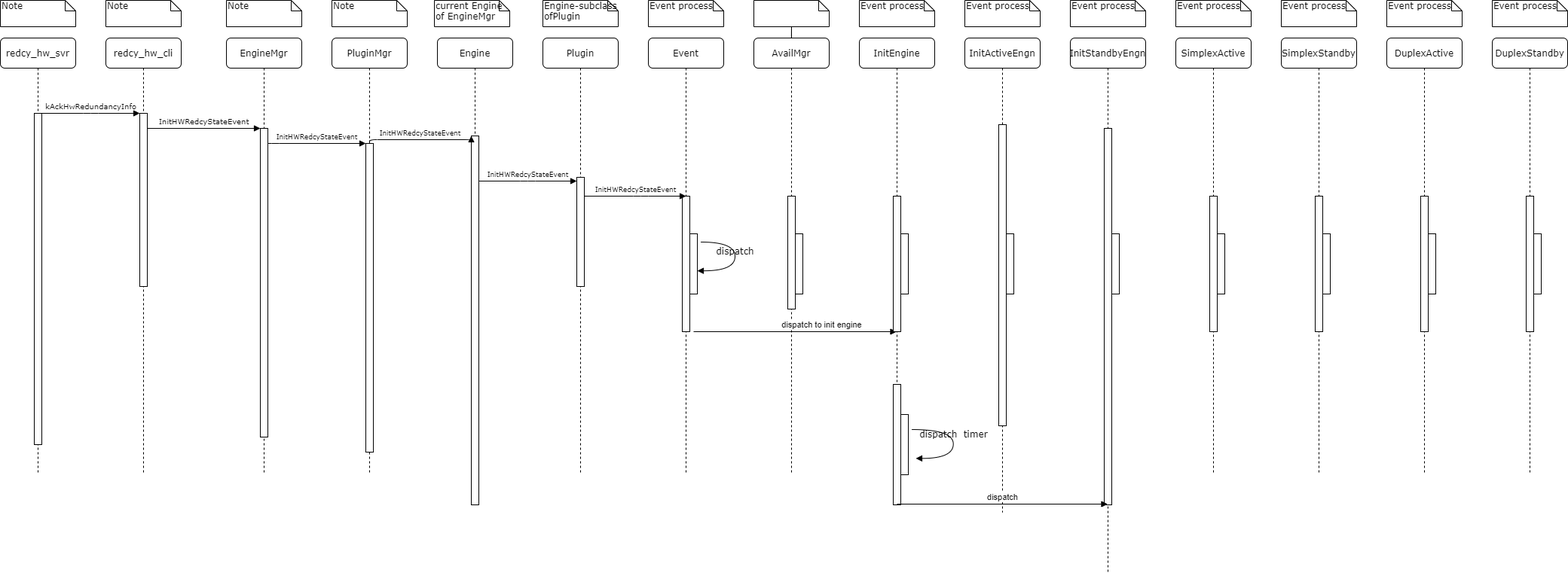
Above: UML/StartStandbyRedundancy.png in Steve888888/FN-Redundancy (draw.io), before the change. Source tidied: cells renumbered, new cells last; positions are measured from the earlier drawing's top-left corner, leaving out a move shared by most shapes.
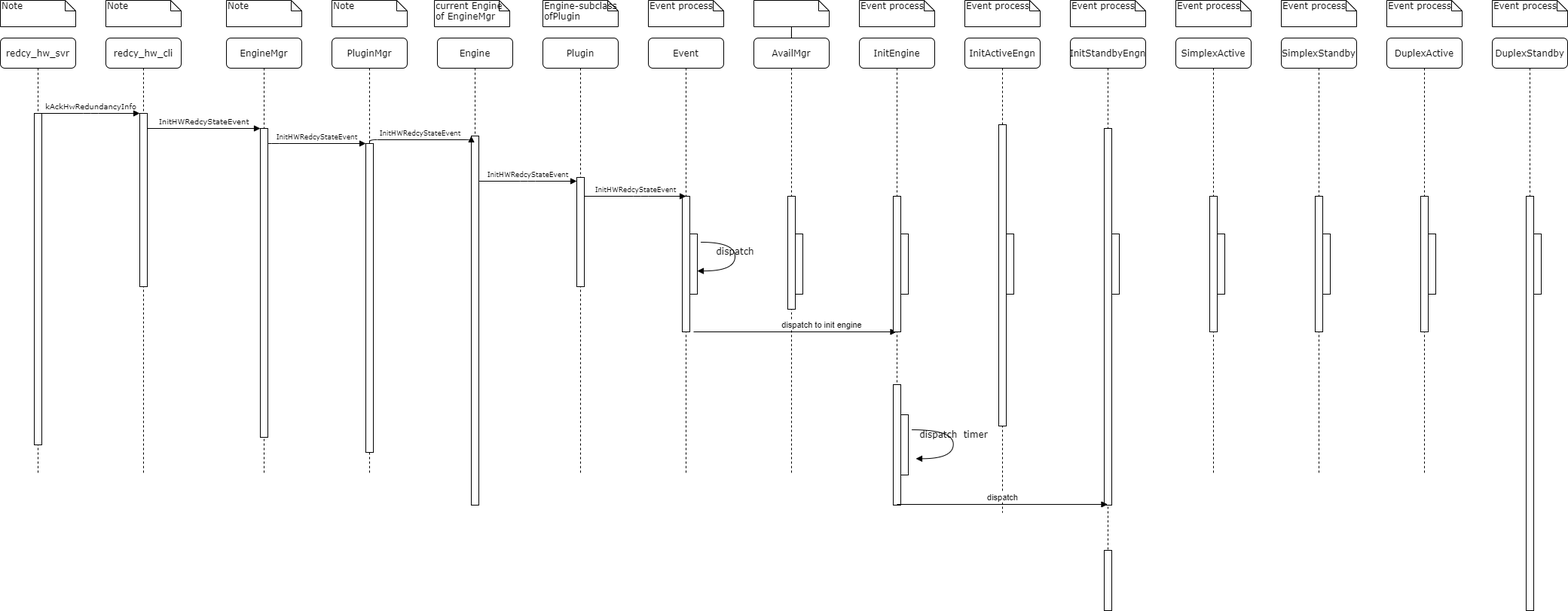
Above is the later version.

Change to the diagram source:
```diff
@@ -173,7 +173,7 @@
       <mxGeometry x="1420" width="100" height="35" as="geometry" />
     </mxCell>
     <mxCell id="49" value="InitStandbyEngn" style="shape=umlLifeline;perimeter=lifelinePerimeter;whiteSpace=wrap;html=1;outlineConnect=0;rounded=1;shadow=0;comic=0;labelBackgroundColor=none;strokeWidth=1;fontFamily=Verdana;fontSize=12;align=center;" parent="1" vertex="1">
-      <mxGeometry x="1420" y="50" width="100" height="710" as="geometry" />
+      <mxGeometry x="1420" y="50" width="100" height="760" as="geometry" />
     </mxCell>
     <mxCell id="50" style="html=1;perimeter=orthogonalPerimeter;rounded=0;shadow=0;comic=0;labelBackgroundColor=none;strokeColor=#000000;strokeWidth=1;fillColor=#FFFFFF;fontFamily=Verdana;fontSize=12;fontColor=#000000;align=center;" parent="49" vertex="1">
       <mxGeometry x="45" y="120" width="10" height="500" as="geometry" />
@@ -181,6 +181,9 @@
     <mxCell id="51" style="html=1;perimeter=orthogonalPerimeter;" parent="49" vertex="1">
       <mxGeometry x="55" y="260" width="10" height="80" as="geometry" />
     </mxCell>
+    <mxCell id="69" style="html=1;perimeter=orthogonalPerimeter;" parent="49" vertex="1">
+      <mxGeometry x="45" y="680" width="10" height="80" as="geometry" />
+    </mxCell>
     <mxCell id="52" value="Event process" style="shape=note;whiteSpace=wrap;html=1;size=14;verticalAlign=top;align=left;spacingTop=-6;rounded=0;shadow=0;comic=0;labelBackgroundColor=none;strokeWidth=1;fontFamily=Verdana;fontSize=12;" parent="1" vertex="1">
       <mxGeometry x="1560" width="100" height="35" as="geometry" />
     </mxCell>
@@ -221,10 +224,10 @@
       <mxGeometry x="1980" width="100" height="35" as="geometry" />
     </mxCell>
     <mxCell id="65" value="DuplexStandby" style="shape=umlLifeline;perimeter=lifelinePerimeter;whiteSpace=wrap;html=1;rounded=1;shadow=0;comic=0;labelBackgroundColor=none;strokeWidth=1;fontFamily=Verdana;fontSize=12;align=center;" parent="1" vertex="1">
-      <mxGeometry x="1980" y="50" width="100" height="580" as="geometry" />
+      <mxGeometry x="1980" y="50" width="100" height="760" as="geometry" />
     </mxCell>
     <mxCell id="66" style="html=1;perimeter=orthogonalPerimeter;rounded=0;shadow=0;comic=0;labelBackgroundColor=none;strokeColor=#000000;strokeWidth=1;fillColor=#FFFFFF;fontFamily=Verdana;fontSize=12;fontColor=#000000;align=center;" parent="65" vertex="1">
-      <mxGeometry x="45" y="210" width="10" height="180" as="geometry" />
+      <mxGeometry x="45" y="210" width="10" height="550" as="geometry" />
     </mxCell>
     <mxCell id="67" style="html=1;perimeter=orthogonalPerimeter;" parent="65" vertex="1">
       <mxGeometry x="55" y="260" width="10" height="80" as="geometry" />
```
